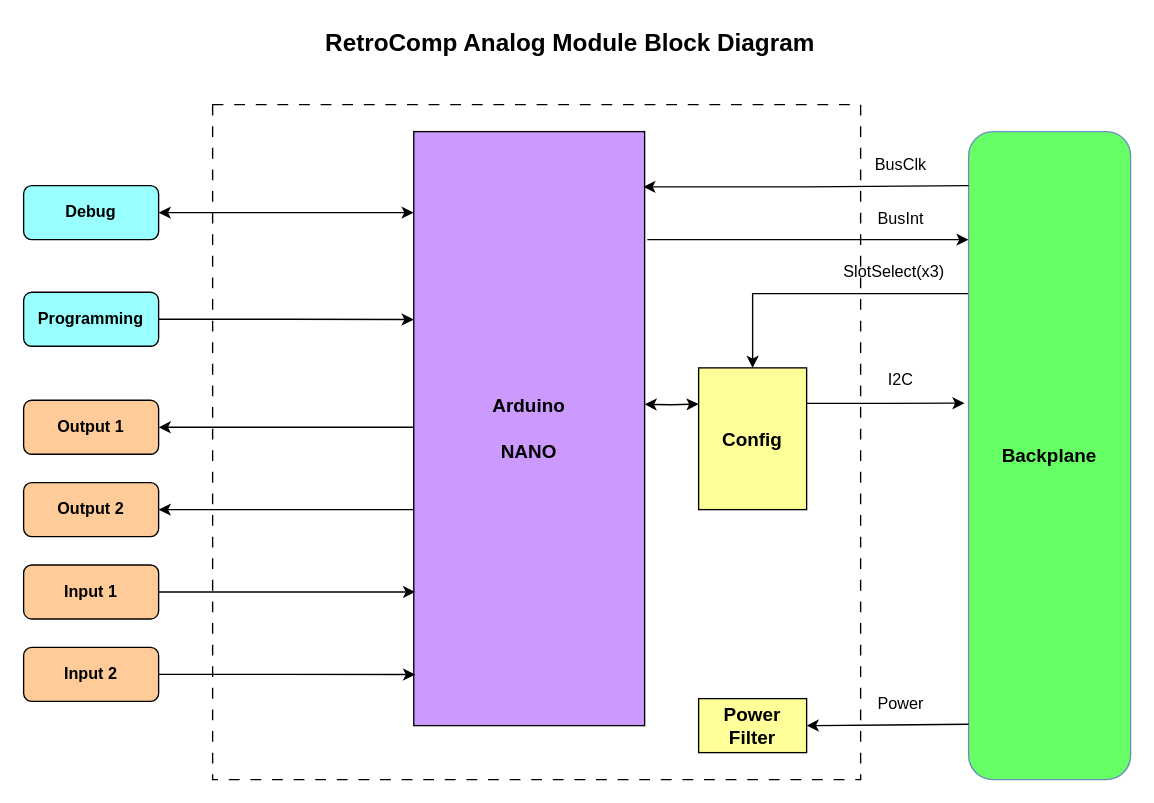
This is docs/RetroComp-Analog-Block-Diagram.drawio from dervish77/RetroComp, a draw.io file, before an edit. Source tidied: cells renumbered, new cells numbered last; positions are measured from the earlier drawing's top-left corner, leaving out a move shared by most shapes. Both pictures are drawn from the tidied source at 135%, with x=0, y=0 at pixel (23, 23).
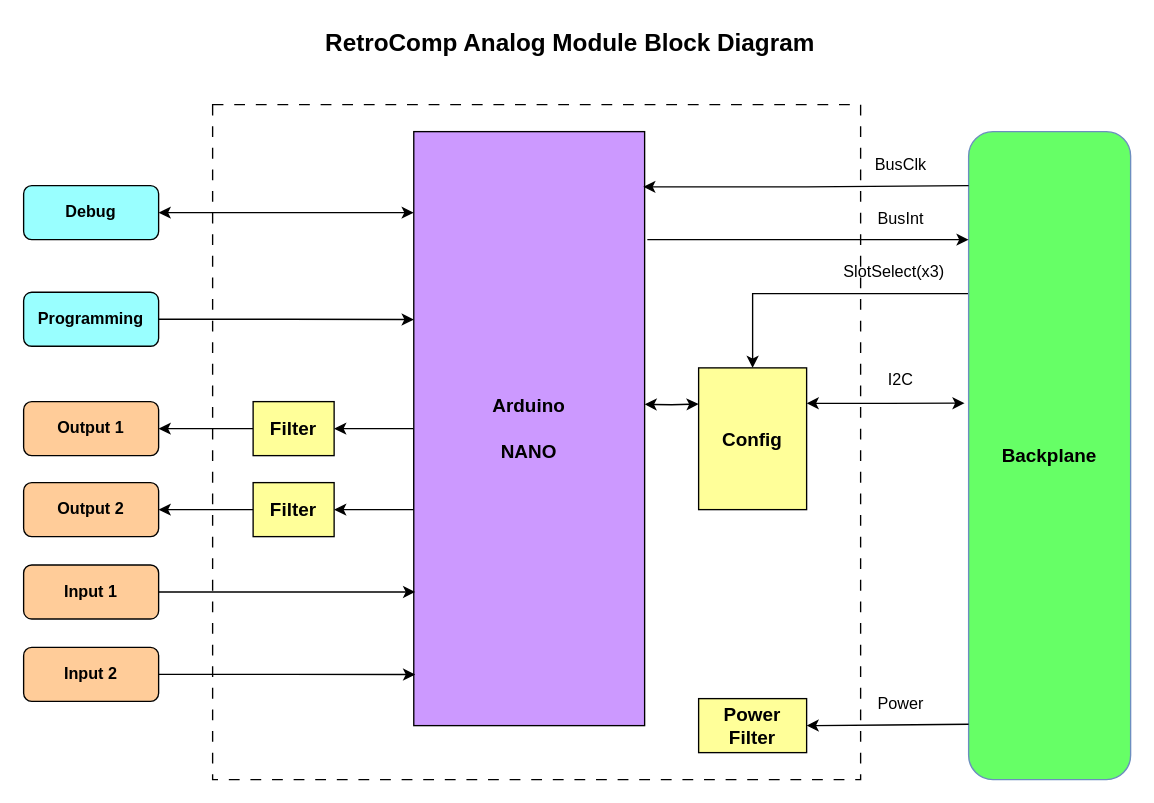
The same diagram, later.

Commit message (it also covers changes not shown here):
fixed error on analog diagram ; cleanup on cpu diagram

Unchanged cells that the change refers to:
```xml
<mxCell id="4" value="&lt;b&gt;&lt;font style=&quot;font-size: 14px;&quot;&gt;Backplane&lt;/font&gt;&lt;/b&gt;" style="rounded=1;whiteSpace=wrap;html=1;fillColor=#66FF66;strokeColor=#6c8ebf;" parent="1" vertex="1">
  <mxGeometry x="700" y="80" width="120" height="480" as="geometry" />
</mxCell>
<mxCell id="9" value="&lt;span style=&quot;font-size: 14px;&quot;&gt;&lt;b&gt;Arduino&lt;/b&gt;&lt;/span&gt;&lt;div&gt;&lt;span style=&quot;font-size: 14px;&quot;&gt;&lt;b&gt;&lt;br&gt;&lt;/b&gt;&lt;/span&gt;&lt;/div&gt;&lt;div&gt;&lt;span style=&quot;font-size: 14px;&quot;&gt;&lt;b&gt;NANO&lt;/b&gt;&lt;/span&gt;&lt;/div&gt;" style="rounded=0;whiteSpace=wrap;html=1;fillColor=#CC99FF;" parent="1" vertex="1">
  <mxGeometry x="289" y="80" width="171" height="440" as="geometry" />
</mxCell>
<mxCell id="22" value="&lt;b&gt;Output 2&lt;/b&gt;" style="rounded=1;whiteSpace=wrap;html=1;fillColor=#FFCC99;" parent="1" vertex="1">
  <mxGeometry y="340" width="100" height="40" as="geometry" />
</mxCell>
<mxCell id="24" value="&lt;span style=&quot;font-size: 14px;&quot;&gt;&lt;b&gt;Config&lt;/b&gt;&lt;/span&gt;" style="rounded=0;whiteSpace=wrap;html=1;fillColor=#FFFF99;" parent="1" vertex="1">
  <mxGeometry x="500" y="255" width="80" height="105" as="geometry" />
</mxCell>
```

Change to the diagram source:
```diff
@@
-    <mxCell id="7" style="edgeStyle=orthogonalEdgeStyle;rounded=0;jettySize=auto;html=1;exitX=0;exitY=0.5;exitDx=0;exitDy=0;entryX=1;entryY=0.5;entryDx=0;entryDy=0;" parent="1" edge="1" target="23">
-      <mxGeometry relative="1" as="geometry">
-        <mxPoint x="289" y="239" as="sourcePoint" />
-        <Array as="points">
-          <mxPoint x="290" y="299" />
-        </Array>
-      </mxGeometry>
-    </mxCell>
-    <mxCell id="8" style="edgeStyle=orthogonalEdgeStyle;rounded=0;jettySize=auto;html=1;exitX=0;exitY=0.5;exitDx=0;exitDy=0;entryX=1;entryY=0.5;entryDx=0;entryDy=0;" parent="1" edge="1" source="9" target="22">
-      <mxGeometry relative="1" as="geometry">
-        <Array as="points">
-          <mxPoint x="289" y="360" />
-        </Array>
-      </mxGeometry>
-    </mxCell>
+    <mxCell id="31" style="edgeStyle=orthogonalEdgeStyle;rounded=0;jettySize=auto;html=1;exitX=0;exitY=0.5;exitDx=0;exitDy=0;entryX=1;entryY=0.5;entryDx=0;entryDy=0;" parent="1" edge="1" source="9" target="34">
+      <mxGeometry relative="1" as="geometry" />
+    </mxCell>
+    <mxCell id="32" style="edgeStyle=orthogonalEdgeStyle;rounded=0;jettySize=auto;html=1;exitX=0;exitY=0.5;exitDx=0;exitDy=0;entryX=1;entryY=0.5;entryDx=0;entryDy=0;" parent="1" edge="1" source="9" target="36">
+      <mxGeometry relative="1" as="geometry">
+        <Array as="points">
+          <mxPoint x="289" y="360" />
+        </Array>
+      </mxGeometry>
+    </mxCell>
@@
     <mxCell id="23" value="&lt;b&gt;Output 1&lt;/b&gt;" style="rounded=1;whiteSpace=wrap;html=1;fillColor=#FFCC99;" parent="1" vertex="1">
-      <mxGeometry y="279" width="100" height="40" as="geometry" />
+      <mxGeometry y="280" width="100" height="40" as="geometry" />
     </mxCell>
@@
-    <mxCell id="30" style="edgeStyle=orthogonalEdgeStyle;rounded=0;jettySize=auto;html=1;exitX=1;exitY=0.25;exitDx=0;exitDy=0;entryX=-0.025;entryY=0.419;entryDx=0;entryDy=0;entryPerimeter=0;" parent="1" edge="1" source="24" target="4">
+    <mxCell id="30" style="edgeStyle=orthogonalEdgeStyle;rounded=0;jettySize=auto;html=1;exitX=1;exitY=0.25;exitDx=0;exitDy=0;entryX=-0.025;entryY=0.419;entryDx=0;entryDy=0;entryPerimeter=0;startArrow=classic;startFill=1;" parent="1" edge="1" source="24" target="4">
       <mxGeometry relative="1" as="geometry" />
     </mxCell>
+    <mxCell id="33" style="edgeStyle=orthogonalEdgeStyle;rounded=0;jettySize=auto;html=1;exitX=0;exitY=0.5;exitDx=0;exitDy=0;entryX=1;entryY=0.5;entryDx=0;entryDy=0;" parent="1" edge="1" source="34" target="23">
+      <mxGeometry relative="1" as="geometry" />
+    </mxCell>
+    <mxCell id="34" value="&lt;span style=&quot;font-size: 14px;&quot;&gt;&lt;b&gt;Filter&lt;/b&gt;&lt;/span&gt;" style="rounded=0;whiteSpace=wrap;html=1;fillColor=#FFFF99;" parent="1" vertex="1">
+      <mxGeometry x="170" y="280" width="60" height="40" as="geometry" />
+    </mxCell>
+    <mxCell id="35" style="edgeStyle=orthogonalEdgeStyle;rounded=0;jettySize=auto;html=1;exitX=0;exitY=0.5;exitDx=0;exitDy=0;entryX=1;entryY=0.5;entryDx=0;entryDy=0;" parent="1" edge="1" source="36" target="22">
+      <mxGeometry relative="1" as="geometry" />
+    </mxCell>
+    <mxCell id="36" value="&lt;span style=&quot;font-size: 14px;&quot;&gt;&lt;b&gt;Filter&lt;/b&gt;&lt;/span&gt;" style="rounded=0;whiteSpace=wrap;html=1;fillColor=#FFFF99;" parent="1" vertex="1">
+      <mxGeometry x="170" y="340" width="60" height="40" as="geometry" />
+    </mxCell>
```
